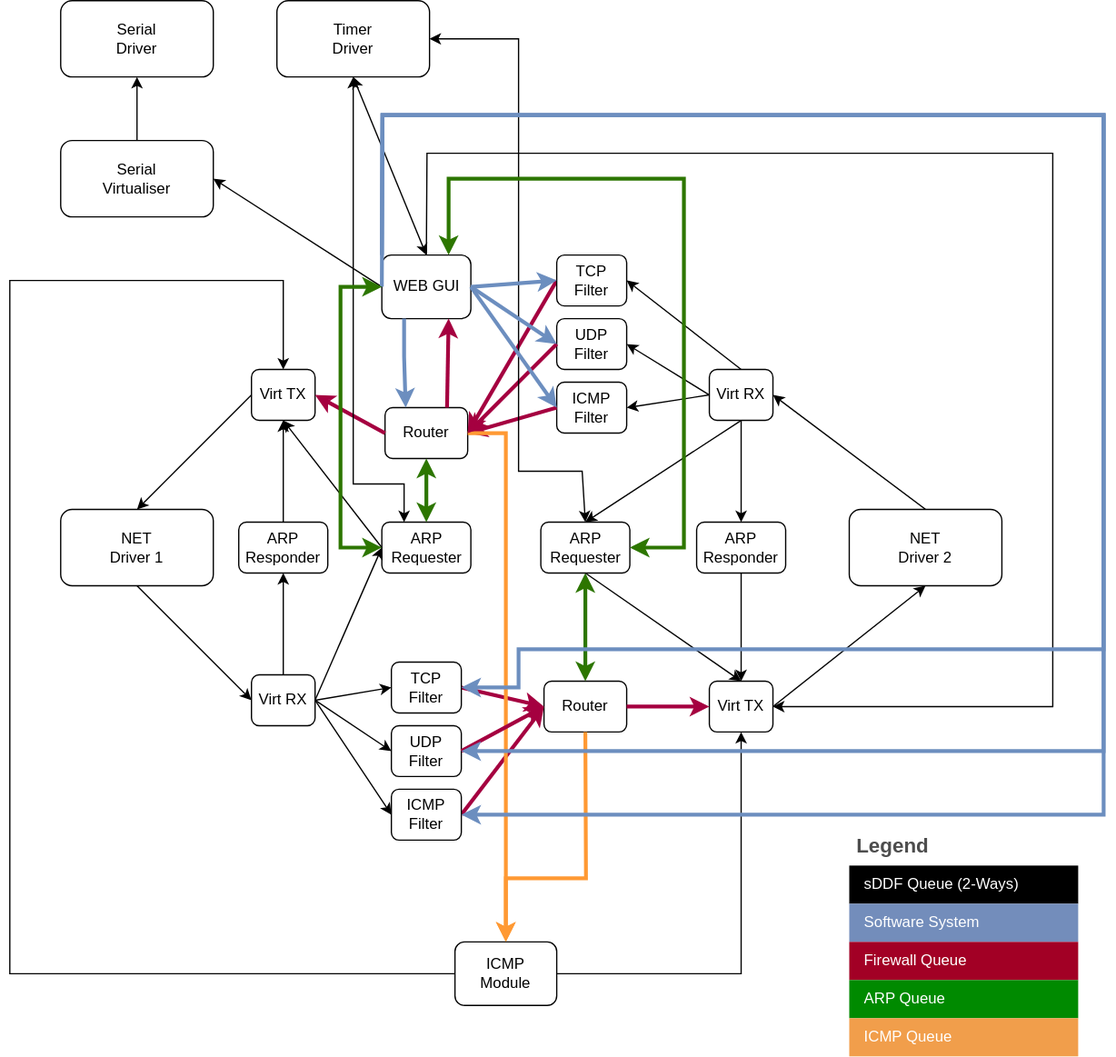
The draw.io diagram examples/firewall/images/Firewall.svg in au-ts/lionsos, before a commit. Source tidied: cells renumbered, new cells last; positions are measured from the earlier drawing's top-left corner, leaving out a move shared by most shapes.
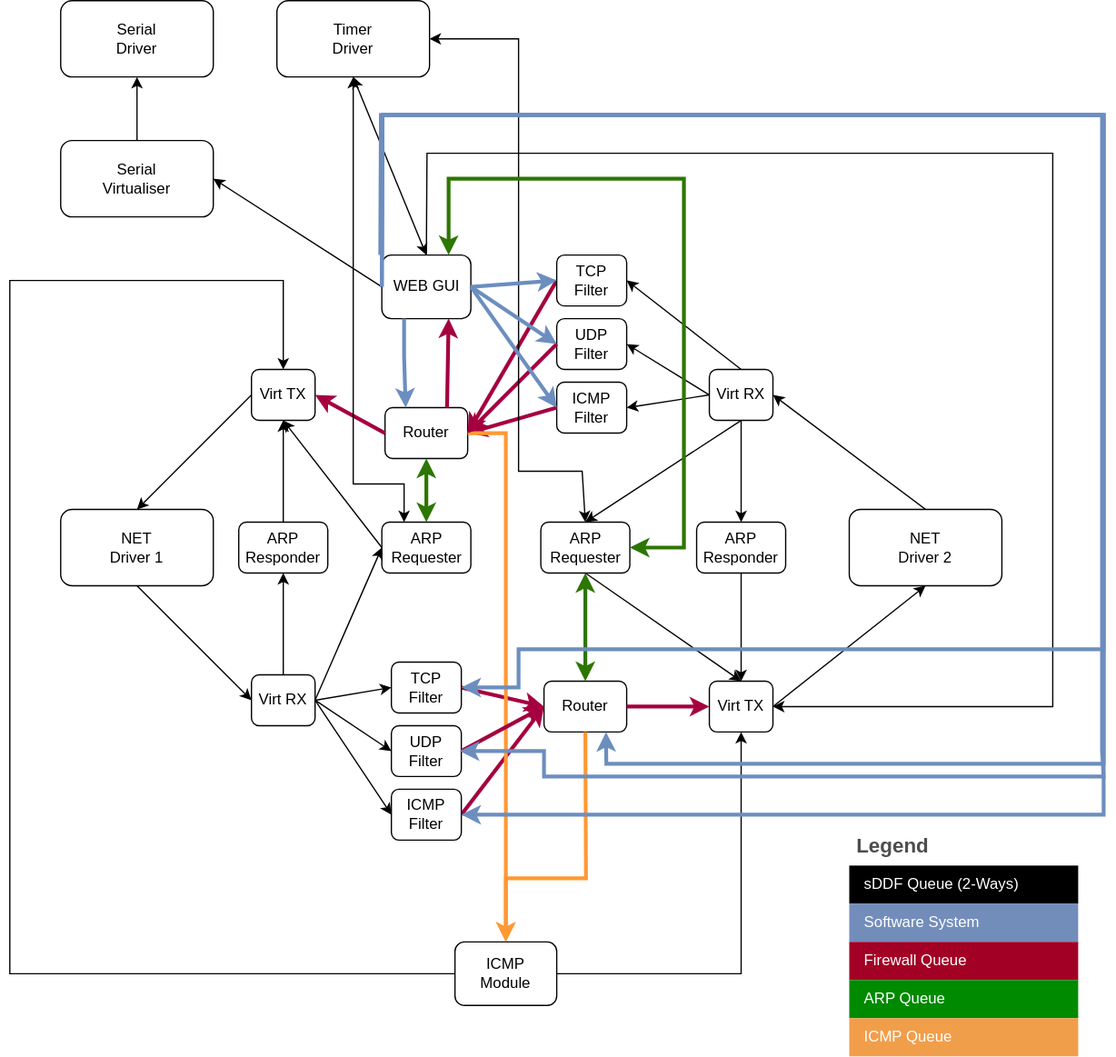
After the change.

Commit message:
firewall: update firewall architecture diagram.

What changed in the source:
```diff
@@ -239,12 +239,17 @@
         </Array>
       </mxGeometry>
     </mxCell>
-    <mxCell id="67" style="endArrow=classic;html=1;rounded=0;exitX=0;exitY=0;exitDx=0;exitDy=0;entryX=1;entryY=0.5;entryDx=0;entryDy=0;fillColor=#dae8fc;strokeColor=#6c8ebf;strokeWidth=3;" parent="1" edge="1" source="10" target="53">
+    <mxCell id="67" style="endArrow=classic;html=1;rounded=0;exitX=0;exitY=0;exitDx=0;exitDy=0;entryX=1;entryY=0.5;entryDx=0;entryDy=0;fillColor=#dae8fc;strokeColor=#6c8ebf;strokeWidth=3;" parent="1" edge="1">
       <mxGeometry relative="1" as="geometry">
+        <mxPoint x="291.2" y="200" as="sourcePoint" />
+        <mxPoint x="353.8" y="590" as="targetPoint" />
         <Array as="points">
-          <mxPoint x="293" y="90" />
-          <mxPoint x="860" y="90" />
-          <mxPoint x="860" y="590" />
+          <mxPoint x="291.8" y="90" />
+          <mxPoint x="858.8" y="90" />
+          <mxPoint x="858.8" y="590" />
+          <mxPoint x="860" y="610" />
+          <mxPoint x="420" y="610" />
+          <mxPoint x="420" y="590" />
         </Array>
       </mxGeometry>
     </mxCell>
@@ -269,14 +274,6 @@
     <mxCell id="70" style="endArrow=classic;html=1;rounded=0;exitX=0.75;exitY=0;exitDx=0;exitDy=0;entryX=0.75;entryY=1;entryDx=0;entryDy=0;fillColor=#d80073;strokeColor=#A50040;strokeWidth=3;" parent="1" edge="1" source="9" target="10">
       <mxGeometry relative="1" as="geometry" />
     </mxCell>
-    <mxCell id="71" style="endArrow=classic;startArrow=classic;html=1;rounded=0;entryX=0;entryY=0.5;entryDx=0;entryDy=0;exitX=0;exitY=0.5;exitDx=0;exitDy=0;fillColor=#60a917;strokeColor=#2D7600;strokeWidth=3;" parent="1" edge="1" source="30" target="10">
-      <mxGeometry relative="1" as="geometry">
-        <Array as="points">
-          <mxPoint x="260" y="430" />
-          <mxPoint x="260" y="225" />
-        </Array>
-      </mxGeometry>
-    </mxCell>
     <mxCell id="72" value="Legend" style="shape=table;startSize=30;fontSize=16;align=left;verticalAlign=top;fillColor=none;strokeColor=none;fontColor=#4D4D4D;fontStyle=1;spacingLeft=6;spacing=0;" parent="1" vertex="1">
       <mxGeometry x="660" y="650" width="180" height="180" as="geometry" />
     </mxCell>
@@ -319,5 +316,15 @@
         </Array>
       </mxGeometry>
     </mxCell>
+    <mxCell id="84" style="endArrow=classic;html=1;rounded=0;exitX=0;exitY=0.5;exitDx=0;exitDy=0;entryX=0.75;entryY=1;entryDx=0;entryDy=0;fillColor=#dae8fc;strokeColor=#6c8ebf;strokeWidth=3;" parent="1" edge="1" source="10" target="8">
+      <mxGeometry relative="1" as="geometry">
+        <Array as="points">
+          <mxPoint x="293" y="90" />
+          <mxPoint x="860" y="90" />
+          <mxPoint x="860" y="600" />
+          <mxPoint x="469" y="600" />
+        </Array>
+      </mxGeometry>
+    </mxCell>
   </root>
 </mxGraphModel>
```
